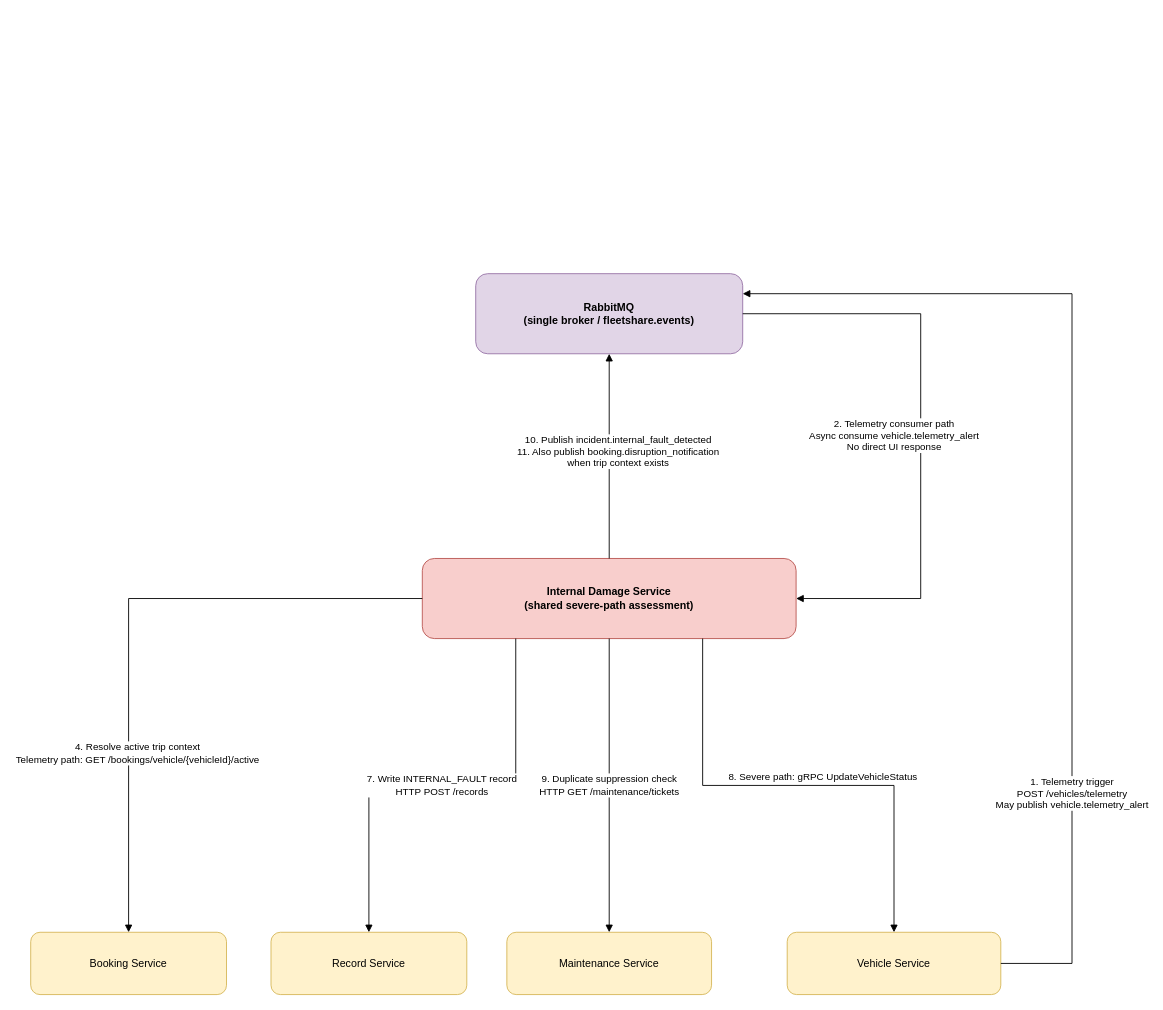
The draw.io diagram docs/report/us2c-in-trip-internal-damage-fault-detection.drawio in srikartejab/fleetshare, before the edit. Source tidied: cells renumbered, new cells numbered last; positions are measured from the earlier drawing's top-left corner, leaving out a move shared by most shapes. Both pictures are drawn from the tidied source at 89%, with x=0, y=0 at pixel (30, 273).
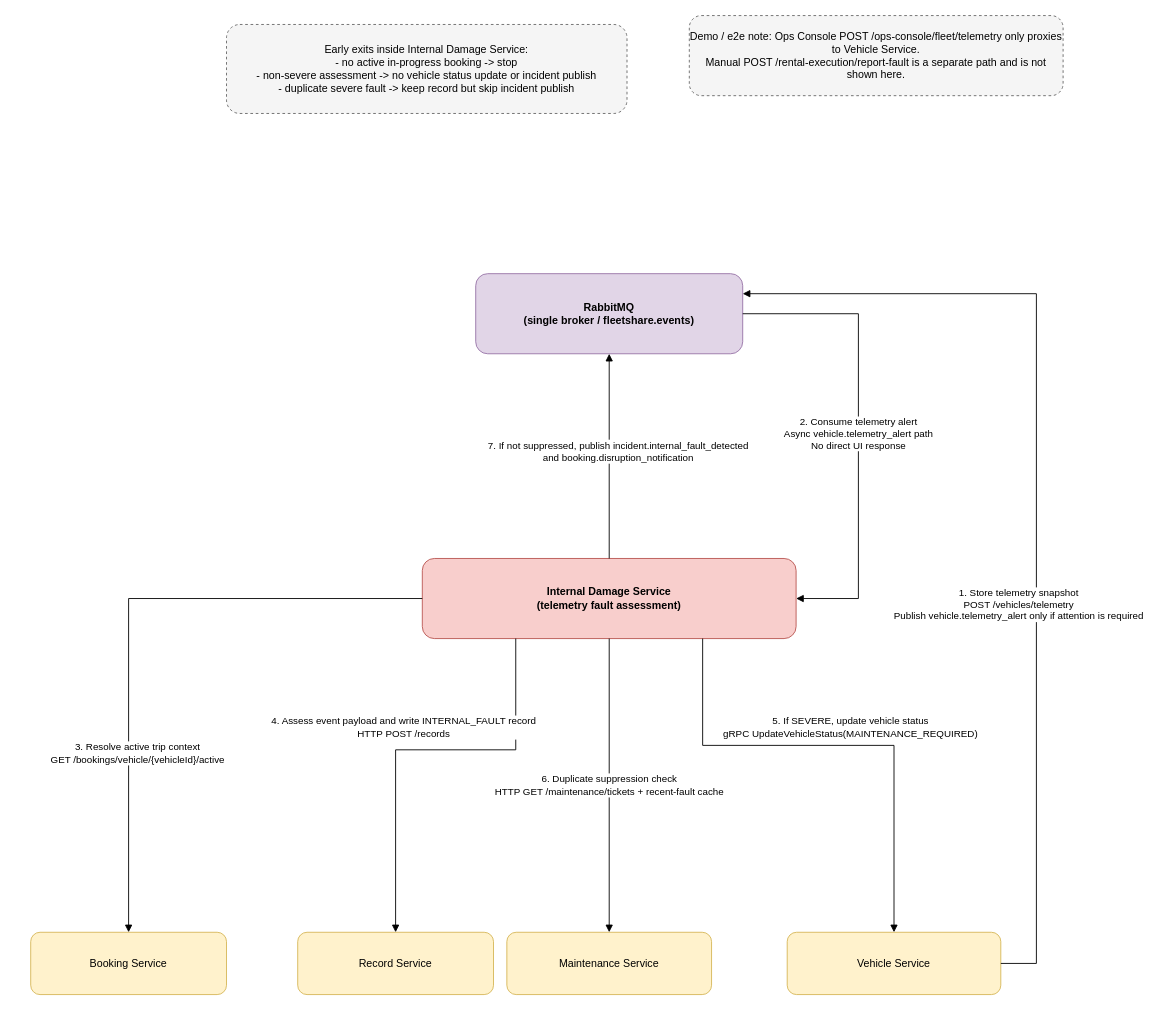
After the change.

Unchanged cells that the change refers to:
```xml
<mxCell id="3" value="RabbitMQ&#10;(single broker / fleetshare.events)" style="rounded=1;whiteSpace=wrap;html=1;fillColor=#e1d5e7;strokeColor=#9673a6;fontStyle=1;" parent="1" vertex="1">
  <mxGeometry x="500" width="300" height="90" as="geometry" />
</mxCell>
<mxCell id="4" value="Vehicle Service" style="rounded=1;whiteSpace=wrap;html=1;fillColor=#fff2cc;strokeColor=#d6b656;" parent="1" vertex="1">
  <mxGeometry x="850" y="740" width="240" height="70" as="geometry" />
</mxCell>
<mxCell id="5" value="Booking Service" style="rounded=1;whiteSpace=wrap;html=1;fillColor=#fff2cc;strokeColor=#d6b656;" parent="1" vertex="1">
  <mxGeometry y="740" width="220" height="70" as="geometry" />
</mxCell>
<mxCell id="7" value="Maintenance Service" style="rounded=1;whiteSpace=wrap;html=1;fillColor=#fff2cc;strokeColor=#d6b656;" parent="1" vertex="1">
  <mxGeometry x="535" y="740" width="230" height="70" as="geometry" />
</mxCell>
```

What changed in the source:
```diff
@@
-    <mxCell id="2" value="Internal Damage Service&#10;(shared severe-path assessment)" style="rounded=1;whiteSpace=wrap;html=1;fillColor=#f8cecc;strokeColor=#b85450;fontStyle=1;" parent="1" vertex="1">
+    <mxCell id="2" value="Internal Damage Service&#10;(telemetry fault assessment)" style="rounded=1;whiteSpace=wrap;html=1;fillColor=#f8cecc;strokeColor=#b85450;fontStyle=1;" parent="1" vertex="1">
       <mxGeometry x="440" y="320" width="420" height="90" as="geometry" />
     </mxCell>
@@
     <mxCell id="6" value="Record Service" style="rounded=1;whiteSpace=wrap;html=1;fillColor=#fff2cc;strokeColor=#d6b656;" parent="1" vertex="1">
-      <mxGeometry x="270" y="740" width="220" height="70" as="geometry" />
+      <mxGeometry x="300" y="740" width="220" height="70" as="geometry" />
     </mxCell>
@@
-    <mxCell id="8" value="1. Telemetry trigger&#10;POST /vehicles/telemetry&#10;May publish vehicle.telemetry_alert" style="edgeStyle=orthogonalEdgeStyle;rounded=0;html=1;endArrow=block;endFill=1;entryX=1;entryY=0.25;entryDx=0;entryDy=0;" parent="1" edge="1" source="4" target="3">
-      <mxGeometry x="-0.55" relative="1" as="geometry">
+    <mxCell id="8" value="1. Store telemetry snapshot&#10;POST /vehicles/telemetry&#10;Publish vehicle.telemetry_alert only if attention is required" style="edgeStyle=orthogonalEdgeStyle;rounded=0;html=1;endArrow=block;endFill=1;entryX=1;entryY=0.25;entryDx=0;entryDy=0;" parent="1" edge="1" source="4" target="3">
+      <mxGeometry x="-0.21" y="20" relative="1" as="geometry">
         <Array as="points">
-          <mxPoint x="1170" y="775" />
-          <mxPoint x="1170" y="23" />
+          <mxPoint x="1130" y="775" />
+          <mxPoint x="1130" y="23" />
         </Array>
       </mxGeometry>
     </mxCell>
-    <mxCell id="9" value="2. Telemetry consumer path&lt;br&gt;Async consume vehicle.telemetry_alert&lt;br&gt;No direct UI response" style="edgeStyle=orthogonalEdgeStyle;rounded=0;html=1;endArrow=block;endFill=1;entryX=1;entryY=0.5;entryDx=0;entryDy=0;" parent="1" edge="1" source="3" target="2">
-      <mxGeometry x="0.02" y="-30" relative="1" as="geometry">
+    <mxCell id="9" value="2. Consume telemetry alert&lt;br&gt;Async vehicle.telemetry_alert path&lt;br&gt;No direct UI response" style="edgeStyle=orthogonalEdgeStyle;rounded=0;html=1;endArrow=block;endFill=1;entryX=1;entryY=0.5;entryDx=0;entryDy=0;" parent="1" edge="1" source="3" target="2">
+      <mxGeometry x="0.02" relative="1" as="geometry">
         <Array as="points">
-          <mxPoint x="1000" y="365" />
+          <mxPoint x="930" y="45" />
+          <mxPoint x="930" y="365" />
         </Array>
       </mxGeometry>
     </mxCell>
-    <mxCell id="10" value="4. Resolve active trip context&#10;Telemetry path: GET /bookings/vehicle/{vehicleId}/active" style="edgeStyle=orthogonalEdgeStyle;rounded=0;html=1;endArrow=block;endFill=1;" parent="1" edge="1" source="2" target="5">
+    <mxCell id="10" value="3. Resolve active trip context&#10;GET /bookings/vehicle/{vehicleId}/active" style="edgeStyle=orthogonalEdgeStyle;rounded=0;html=1;endArrow=block;endFill=1;" parent="1" edge="1" source="2" target="5">
       <mxGeometry x="0.43" y="10" relative="1" as="geometry" />
     </mxCell>
-    <mxCell id="11" value="8. Severe path: gRPC UpdateVehicleStatus" style="edgeStyle=orthogonalEdgeStyle;rounded=0;html=1;endArrow=block;endFill=1;exitX=0.75;exitY=1;exitDx=0;exitDy=0;" parent="1" edge="1" source="2" target="4">
-      <mxGeometry x="0.1" y="10" relative="1" as="geometry" />
+    <mxCell id="11" value="5. If SEVERE, update vehicle status&#10;gRPC UpdateVehicleStatus(MAINTENANCE_REQUIRED)" style="edgeStyle=orthogonalEdgeStyle;rounded=0;html=1;endArrow=block;endFill=1;exitX=0.75;exitY=1;exitDx=0;exitDy=0;" parent="1" edge="1" source="2" target="4">
+      <mxGeometry x="0.05" y="20" relative="1" as="geometry">
+        <Array as="points">
+          <mxPoint x="755" y="530" />
+          <mxPoint x="970" y="530" />
+        </Array>
+      </mxGeometry>
     </mxCell>
-    <mxCell id="12" value="7. Write INTERNAL_FAULT record&#10;HTTP POST /records" style="edgeStyle=orthogonalEdgeStyle;rounded=0;html=1;endArrow=block;endFill=1;exitX=0.25;exitY=1;exitDx=0;exitDy=0;" parent="1" edge="1" source="2" target="6">
-      <mxGeometry relative="1" as="geometry">
+    <mxCell id="12" value="4. Assess event payload and write INTERNAL_FAULT record&#10;HTTP POST /records" style="edgeStyle=orthogonalEdgeStyle;rounded=0;html=1;endArrow=block;endFill=1;entryX=0.5;entryY=0;entryDx=0;entryDy=0;exitX=0.25;exitY=1;exitDx=0;exitDy=0;" parent="1" edge="1" source="2" target="6">
+      <mxGeometry x="0.08" y="-25" relative="1" as="geometry">
         <Array as="points">
-          <mxPoint x="545" y="575" />
-          <mxPoint x="380" y="575" />
+          <mxPoint x="545" y="535" />
+          <mxPoint x="410" y="535" />
         </Array>
       </mxGeometry>
     </mxCell>
-    <mxCell id="13" value="9. Duplicate suppression check&#10;HTTP GET /maintenance/tickets" style="edgeStyle=orthogonalEdgeStyle;rounded=0;html=1;endArrow=block;endFill=1;" parent="1" edge="1" source="2" target="7">
+    <mxCell id="13" value="6. Duplicate suppression check&#10;HTTP GET /maintenance/tickets + recent-fault cache" style="edgeStyle=orthogonalEdgeStyle;rounded=0;html=1;endArrow=block;endFill=1;" parent="1" edge="1" source="2" target="7">
       <mxGeometry relative="1" as="geometry" />
     </mxCell>
-    <mxCell id="14" value="10. Publish incident.internal_fault_detected&#10;11. Also publish booking.disruption_notification&#10;when trip context exists" style="edgeStyle=orthogonalEdgeStyle;rounded=0;html=1;endArrow=block;endFill=1;" parent="1" edge="1" source="2" target="3">
+    <mxCell id="14" value="7. If not suppressed, publish incident.internal_fault_detected&#10;and booking.disruption_notification" style="edgeStyle=orthogonalEdgeStyle;rounded=0;html=1;endArrow=block;endFill=1;" parent="1" edge="1" source="2" target="3">
       <mxGeometry x="0.04" y="-10" relative="1" as="geometry" />
     </mxCell>
+    <mxCell id="15" value="Early exits inside Internal Damage Service:&#10;- no active in-progress booking -&gt; stop&#10;- non-severe assessment -&gt; no vehicle status update or incident publish&#10;- duplicate severe fault -&gt; keep record but skip incident publish" style="rounded=1;whiteSpace=wrap;html=1;dashed=1;fillColor=#f5f5f5;strokeColor=#666666;" parent="1" vertex="1">
+      <mxGeometry x="220" y="-280" width="450" height="100" as="geometry" />
+    </mxCell>
+    <mxCell id="16" value="Demo / e2e note: Ops Console POST /ops-console/fleet/telemetry only proxies to Vehicle Service.&#10;Manual POST /rental-execution/report-fault is a separate path and is not shown here." style="rounded=1;whiteSpace=wrap;html=1;dashed=1;fillColor=#f5f5f5;strokeColor=#666666;" parent="1" vertex="1">
+      <mxGeometry x="740" y="-290" width="420" height="90" as="geometry" />
+    </mxCell>
```
